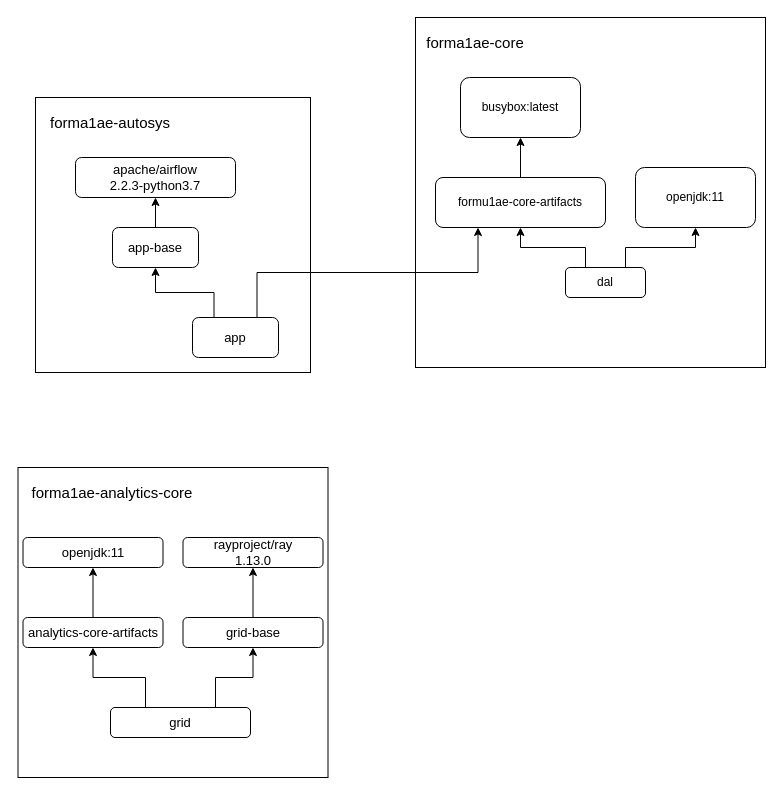
codywsy/drawio-repo keeps this draw.io diagram as page "镜像关系" (1 of 2) of 定价引擎-镜像构建关系.drawio. Above is the earlier version. Source tidied: cells renumbered, new cells numbered last; positions are measured from the earlier drawing's top-left corner, leaving out a move shared by most shapes. Both pictures are drawn from the tidied source at 100%, with x=0, y=0 at pixel (17, 17).
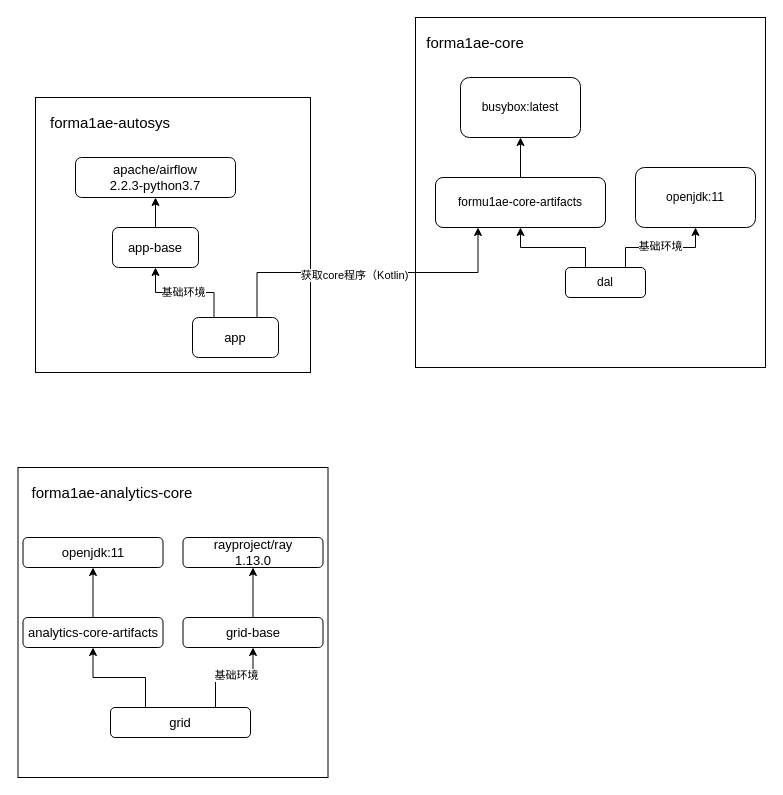
The same page after the edit.

Commit message:
更新定价引擎-镜像构建关系.drawio

The change refers to these unchanged cells:
```xml
<mxCell id="9" style="edgeStyle=orthogonalEdgeStyle;rounded=0;jettySize=auto;html=1;entryX=0.5;entryY=1;entryDx=0;entryDy=0;exitX=0.75;exitY=0;exitDx=0;exitDy=0;" parent="1" edge="1" source="11" target="8">
  <mxGeometry relative="1" as="geometry" />
</mxCell>
<mxCell id="15" style="edgeStyle=orthogonalEdgeStyle;rounded=0;jettySize=auto;html=1;exitX=0.25;exitY=0;exitDx=0;exitDy=0;entryX=0.5;entryY=1;entryDx=0;entryDy=0;fontSize=13;" parent="1" edge="1" source="17" target="14">
  <mxGeometry relative="1" as="geometry" />
</mxCell>
<mxCell id="16" style="edgeStyle=orthogonalEdgeStyle;rounded=0;jettySize=auto;html=1;exitX=0.75;exitY=0;exitDx=0;exitDy=0;entryX=0.25;entryY=1;entryDx=0;entryDy=0;fontSize=15;" parent="1" edge="1" source="17" target="7">
  <mxGeometry relative="1" as="geometry" />
</mxCell>
<mxCell id="25" style="edgeStyle=orthogonalEdgeStyle;rounded=0;jettySize=auto;html=1;exitX=0.75;exitY=0;exitDx=0;exitDy=0;entryX=0.5;entryY=1;entryDx=0;entryDy=0;fontSize=13;" parent="1" edge="1" source="26" target="23">
  <mxGeometry relative="1" as="geometry" />
</mxCell>
```

Diff of the diagram source:
```diff
@@
+    <mxCell id="30" value="基础环境" style="edgeLabel;html=1;align=center;verticalAlign=middle;" parent="9" vertex="1">
+      <mxGeometry x="-0.02" y="2" relative="1" as="geometry" />
+    </mxCell>
@@
+    <mxCell id="31" value="基础环境" style="edgeLabel;html=1;align=center;verticalAlign=middle;" parent="15" vertex="1">
+      <mxGeometry x="0.13" y="-1" relative="1" as="geometry">
+        <mxPoint x="5" as="offset" />
+      </mxGeometry>
+    </mxCell>
@@
+    <mxCell id="32" value="获取core程序（Kotlin)" style="edgeLabel;html=1;align=center;verticalAlign=middle;" parent="16" vertex="1">
+      <mxGeometry x="-0.09" y="-2" relative="1" as="geometry" />
+    </mxCell>
@@
+    <mxCell id="33" value="基础环境" style="edgeLabel;html=1;align=center;verticalAlign=middle;" parent="25" vertex="1">
+      <mxGeometry x="-0.18" y="3" relative="1" as="geometry">
+        <mxPoint x="10" as="offset" />
+      </mxGeometry>
+    </mxCell>
```
